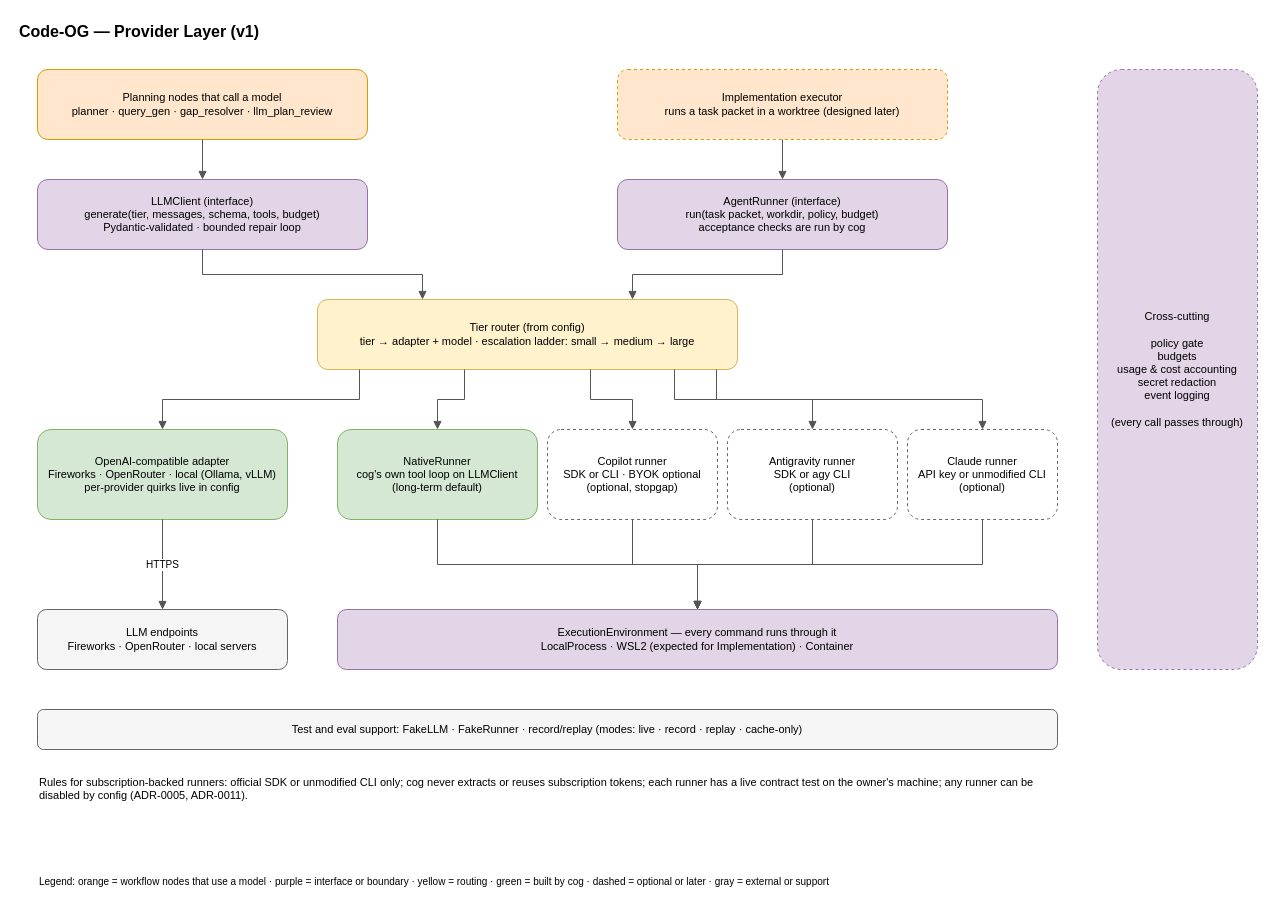
Earlier version of the draw.io diagram docs/diagrams/providers.drawio (joellis13/code-on-graph). Source tidied: cells renumbered, new cells numbered last; positions are measured from the earlier drawing's top-left corner, leaving out a move shared by most shapes. Both pictures are drawn from the tidied source at 100%, with x=0, y=0 at pixel (17, 17).
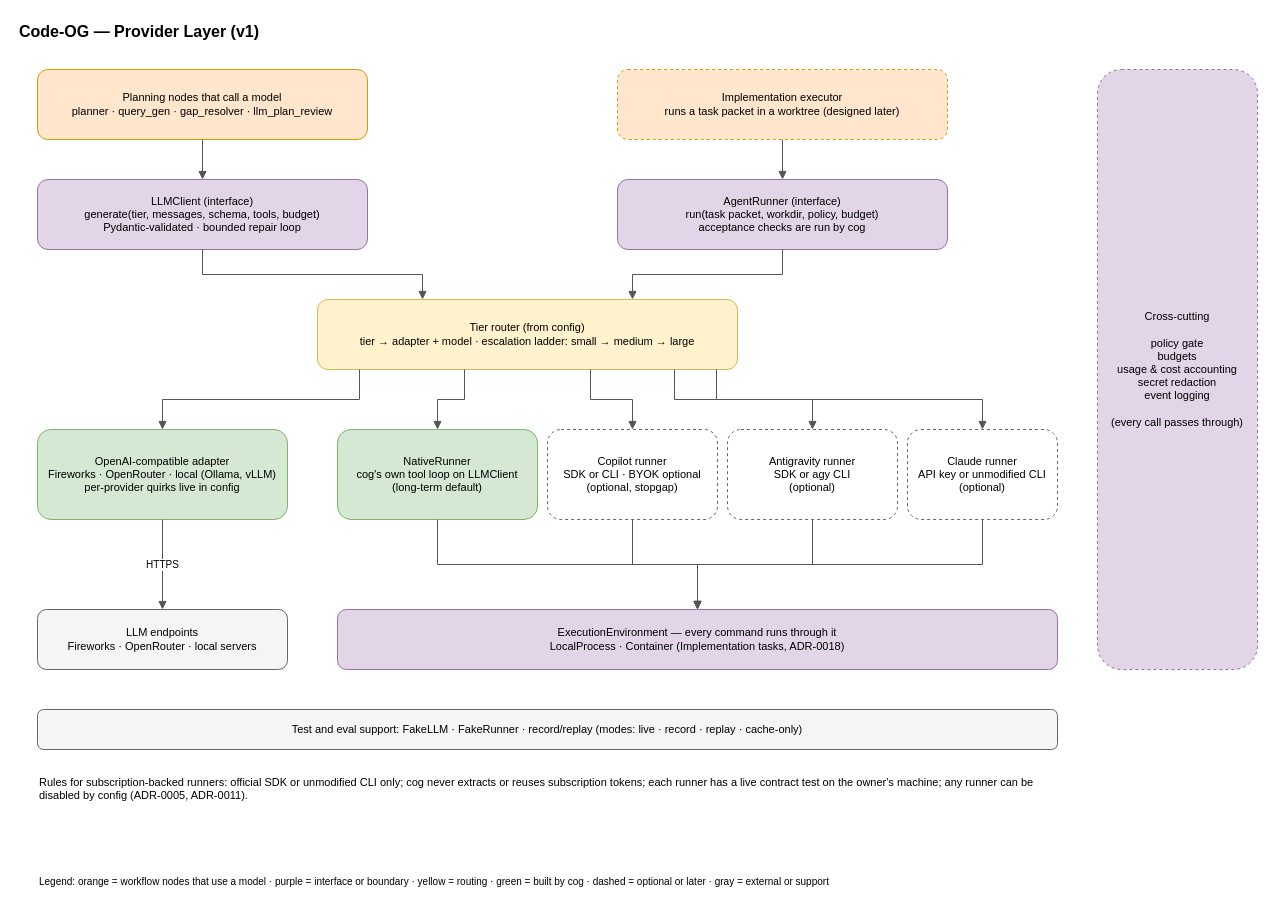
The same diagram, later.

Change to the diagram source:
```diff
@@
-    <mxCell id="14" value="ExecutionEnvironment — every command runs through it&lt;br&gt;LocalProcess · WSL2 (expected for Implementation) · Container" style="rounded=1;whiteSpace=wrap;html=1;fillColor=#e1d5e7;strokeColor=#9673a6;fontSize=11;align=center;verticalAlign=middle;" parent="1" vertex="1">
+    <mxCell id="14" value="ExecutionEnvironment — every command runs through it&lt;br&gt;LocalProcess · Container (Implementation tasks, ADR-0018)" style="rounded=1;whiteSpace=wrap;html=1;fillColor=#e1d5e7;strokeColor=#9673a6;fontSize=11;align=center;verticalAlign=middle;" parent="1" vertex="1">
       <mxGeometry x="320" y="592" width="720" height="60" as="geometry" />
     </mxCell>
```
